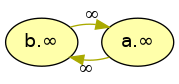
idaks/Games-and-Argumentation keeps this Graphviz diagram as lib/graphs/arg_graph_colored.png. Above is the earlier version. Its source is kept beside it as lib/graphs/arg_graph_colored.dot.
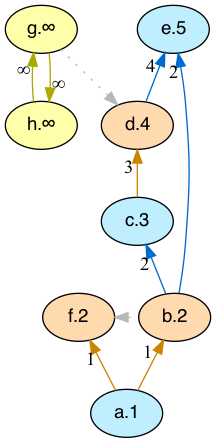
Above is the later version.

What changed in the source:
```diff
@@ -2,13 +2,33 @@
   rankdir="TB"
   node [shape=oval style=filled fontname=Helvetica fontsize=14]
   node [fillcolor="#ffdaaf" fontcolor="#000000"]
+       b[label="b.2"]
+       f[label="f.2"]
+       d[label="d.4"]
   node [fillcolor="#bfefff" fontcolor="#000000"]
+       a[label="a.1"]
+       c[label="c.3"]
+       e[label="e.5"]
   node [fillcolor="#FFFFAA" fontcolor="#000000"]
-       b[label="b.∞"]
-       a[label="a.∞"]
+       g[label="g.∞"]
+       h[label="h.∞"]
+  edge [dir=back color="#cc8400" style="solid" taillabel="1" labeldistance=1.5]
+        "b" -> "a"
+        "f" -> "a"
+  edge [dir=back color="#006ad1" style="solid" taillabel="2" labeldistance=1.5]
+        "c" -> "b"
+        "e" -> "b"
+  edge [dir=back color="#cc8400" style="solid" taillabel="3" labeldistance=1.5]
+        "d" -> "c"
+  edge [dir=back color="#006ad1" style="solid" taillabel="4" labeldistance=1.5]
+        "e" -> "d"
   edge [dir=back color="#AAAA00" style="solid" taillabel="∞" labeldistance=1.5]
-        "b" -> "a"
-        "a" -> "b"
+        "g" -> "h"
+        "h" -> "g"
+  edge [dir=back color="#b7b7b7" style="dotted" constraint=false taillabel=" " labeldistance=1.5]
+        "f" -> "b"
+        "d" -> "g"
 
-  {rank = max b a}
+  {rank = max a}
+  {rank = min e}
 }
```
